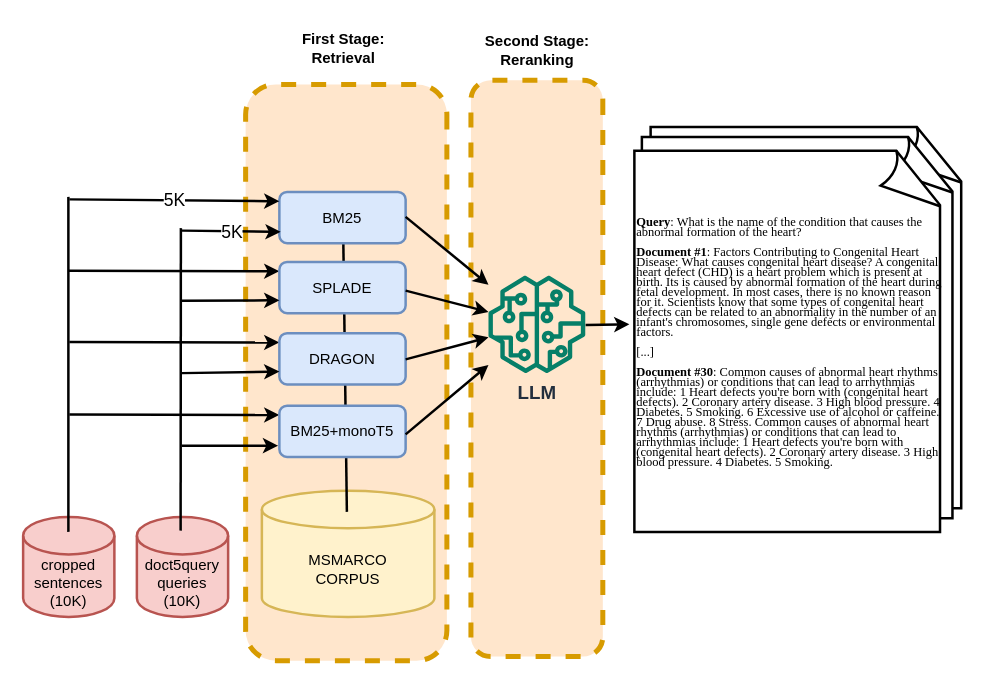
Earlier version of the draw.io diagram Data Generation.drawio (Dundalia/Dundalia). Source tidied: cells renumbered, new cells numbered last; positions are measured from the earlier drawing's top-left corner, leaving out a move shared by most shapes. Both pictures are drawn from the tidied source at 125%, with x=0, y=0 at pixel (22, 21).
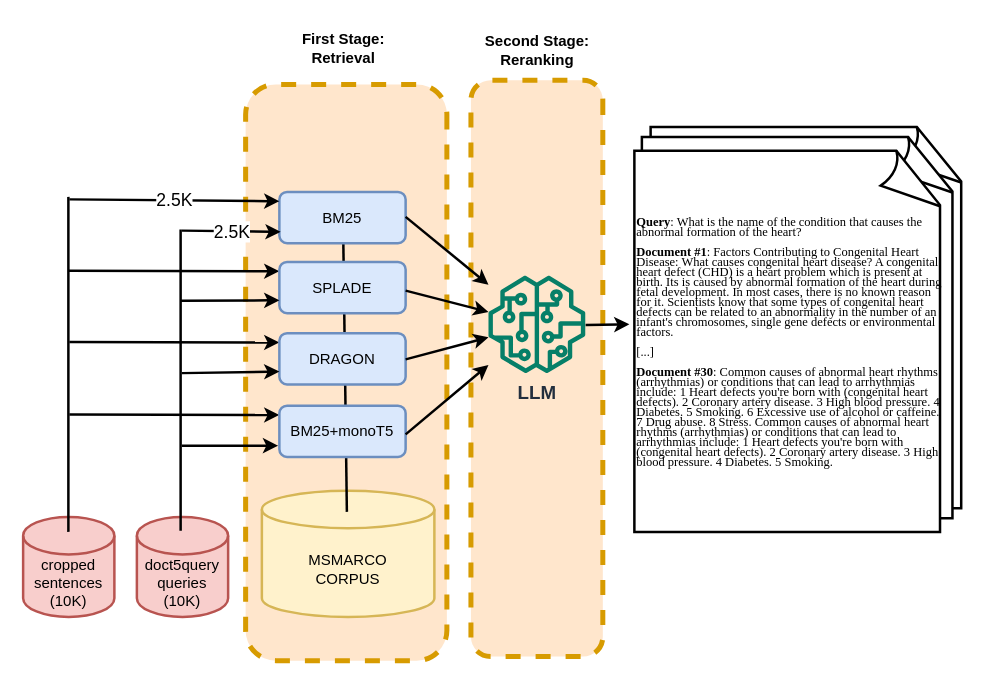
The same page after the edit.

Unchanged cells that the change refers to:
```xml
<mxCell id="4" value="cropped&lt;br&gt;sentences&lt;br style=&quot;border-color: var(--border-color);&quot;&gt;(10K)" style="shape=cylinder3;whiteSpace=wrap;html=1;boundedLbl=1;backgroundOutline=1;size=15;fillColor=#f8cecc;strokeColor=#b85450;strokeWidth=2;" parent="1" vertex="1">
  <mxGeometry y="396" width="73" height="80" as="geometry" />
</mxCell>
<mxCell id="13" value="SPLADE" style="rounded=1;whiteSpace=wrap;html=1;fillColor=#dae8fc;strokeColor=#6c8ebf;strokeWidth=2;" parent="1" vertex="1">
  <mxGeometry x="205" y="192" width="101" height="41" as="geometry" />
</mxCell>
<mxCell id="14" value="DRAGON" style="rounded=1;whiteSpace=wrap;html=1;fillColor=#dae8fc;strokeColor=#6c8ebf;strokeWidth=2;" parent="1" vertex="1">
  <mxGeometry x="205" y="249" width="101" height="41" as="geometry" />
</mxCell>
```

What changed in the source:
```diff
@@
-    <mxCell id="6" style="endArrow=none;html=1;rounded=0;strokeWidth=2;shadow=0;exitX=0.496;exitY=0.15;exitDx=0;exitDy=0;exitPerimeter=0;" parent="1" edge="1" source="4">
+    <mxCell id="6" style="endArrow=none;html=1;rounded=0;strokeWidth=2;shadow=0;exitX=0.496;exitY=0.15;exitDx=0;exitDy=0;exitPerimeter=0;spacing=2;labelBorderColor=none;" parent="1" edge="1" source="4">
       <mxGeometry relative="1" as="geometry">
         <mxPoint x="36.2" y="140" as="targetPoint" />
       </mxGeometry>
     </mxCell>
-    <mxCell id="7" style="endArrow=classic;html=1;rounded=0;strokeWidth=2;entryX=0;entryY=0.5;entryDx=0;entryDy=0;" parent="1" edge="1">
+    <mxCell id="7" style="endArrow=classic;html=1;rounded=0;strokeWidth=2;entryX=0;entryY=0.5;entryDx=0;entryDy=0;spacing=2;labelBorderColor=none;" parent="1" edge="1">
       <mxGeometry relative="1" as="geometry">
         <mxPoint x="36" y="199" as="sourcePoint" />
         <mxPoint x="205" y="199.5" as="targetPoint" />
       </mxGeometry>
     </mxCell>
-    <mxCell id="8" style="endArrow=classic;html=1;rounded=0;strokeWidth=2;entryX=0;entryY=0.5;entryDx=0;entryDy=0;" parent="1" edge="1">
+    <mxCell id="8" style="endArrow=classic;html=1;rounded=0;strokeWidth=2;entryX=0;entryY=0.5;entryDx=0;entryDy=0;spacing=2;labelBorderColor=none;" parent="1" edge="1">
       <mxGeometry relative="1" as="geometry">
         <mxPoint x="37" y="256" as="sourcePoint" />
         <mxPoint x="205" y="256.5" as="targetPoint" />
       </mxGeometry>
     </mxCell>
-    <mxCell id="9" style="endArrow=classic;html=1;rounded=0;strokeWidth=2;entryX=0;entryY=0.5;entryDx=0;entryDy=0;" parent="1" edge="1">
+    <mxCell id="9" style="endArrow=classic;html=1;rounded=0;strokeWidth=2;entryX=0;entryY=0.5;entryDx=0;entryDy=0;spacing=2;labelBorderColor=none;" parent="1" edge="1">
       <mxGeometry relative="1" as="geometry">
         <mxPoint x="37" y="314" as="sourcePoint" />
         <mxPoint x="205" y="314.5" as="targetPoint" />
       </mxGeometry>
     </mxCell>
@@
-    <mxCell id="25" style="endArrow=classic;html=1;rounded=0;entryX=0;entryY=0.5;entryDx=0;entryDy=0;strokeWidth=2;" parent="1" edge="1">
+    <mxCell id="25" style="endArrow=classic;html=1;rounded=0;entryX=0;entryY=0.5;entryDx=0;entryDy=0;strokeWidth=2;spacing=2;labelBorderColor=none;" parent="1" edge="1">
       <mxGeometry relative="1" as="geometry">
         <mxPoint x="37" y="142" as="sourcePoint" />
         <mxPoint x="205" y="143.5" as="targetPoint" />
       </mxGeometry>
     </mxCell>
-    <mxCell id="26" value="&lt;span style=&quot;font-size: 14px;&quot;&gt;5K&lt;br&gt;&lt;/span&gt;" style="edgeLabel;html=1;align=center;verticalAlign=middle;" parent="25" vertex="1">
+    <mxCell id="26" value="&lt;span style=&quot;font-size: 14px;&quot;&gt;2.5K&lt;br&gt;&lt;/span&gt;" style="edgeLabel;html=1;align=center;verticalAlign=middle;spacing=2;labelBorderColor=none;" parent="25" vertex="1">
       <mxGeometry relative="1" as="geometry" />
     </mxCell>
@@
-    <mxCell id="29" style="endArrow=none;html=1;rounded=0;strokeWidth=2;shadow=0;" parent="1" edge="1">
+    <mxCell id="29" style="endArrow=none;html=1;rounded=0;strokeWidth=2;shadow=0;spacing=2;labelBorderColor=none;" parent="1" edge="1">
       <mxGeometry relative="1" as="geometry">
         <mxPoint x="126" y="407" as="sourcePoint" />
-        <mxPoint x="126.2" y="165" as="targetPoint" />
+        <mxPoint x="126" y="166" as="targetPoint" />
       </mxGeometry>
     </mxCell>
-    <mxCell id="30" style="endArrow=classic;html=1;rounded=0;strokeWidth=2;entryX=0;entryY=0.75;entryDx=0;entryDy=0;" parent="1" edge="1" target="13">
+    <mxCell id="30" style="endArrow=classic;html=1;rounded=0;strokeWidth=2;entryX=0;entryY=0.75;entryDx=0;entryDy=0;spacing=2;labelBorderColor=none;" parent="1" edge="1" target="13">
       <mxGeometry relative="1" as="geometry">
         <mxPoint x="126" y="223" as="sourcePoint" />
       </mxGeometry>
     </mxCell>
-    <mxCell id="31" style="endArrow=classic;html=1;rounded=0;strokeWidth=2;entryX=0;entryY=0.75;entryDx=0;entryDy=0;" parent="1" edge="1" target="14">
+    <mxCell id="31" style="endArrow=classic;html=1;rounded=0;strokeWidth=2;entryX=0;entryY=0.75;entryDx=0;entryDy=0;spacing=2;labelBorderColor=none;" parent="1" edge="1" target="14">
       <mxGeometry relative="1" as="geometry">
         <mxPoint x="127" y="281" as="sourcePoint" />
       </mxGeometry>
     </mxCell>
-    <mxCell id="32" style="endArrow=classic;html=1;rounded=0;strokeWidth=2;" parent="1" edge="1">
+    <mxCell id="32" style="endArrow=classic;html=1;rounded=0;strokeWidth=2;spacing=2;labelBorderColor=none;" parent="1" edge="1">
       <mxGeometry relative="1" as="geometry">
         <mxPoint x="127" y="339" as="sourcePoint" />
         <mxPoint x="204" y="339" as="targetPoint" />
       </mxGeometry>
     </mxCell>
-    <mxCell id="33" style="endArrow=classic;html=1;rounded=0;strokeWidth=2;" parent="1" edge="1">
+    <mxCell id="33" style="endArrow=classic;html=1;rounded=0;strokeWidth=2;spacing=2;labelBorderColor=none;" parent="1" edge="1">
       <mxGeometry relative="1" as="geometry">
         <mxPoint x="127" y="167" as="sourcePoint" />
         <mxPoint x="206" y="168" as="targetPoint" />
       </mxGeometry>
     </mxCell>
-    <mxCell id="34" value="&lt;span style=&quot;font-size: 14px;&quot;&gt;5K&lt;br&gt;&lt;/span&gt;" style="edgeLabel;html=1;align=center;verticalAlign=middle;" parent="33" vertex="1">
+    <mxCell id="34" value="&lt;span style=&quot;font-size: 14px;&quot;&gt;2.5K&lt;br&gt;&lt;/span&gt;" style="edgeLabel;html=1;align=center;verticalAlign=middle;spacing=2;labelBorderColor=none;" parent="33" vertex="1">
       <mxGeometry relative="1" as="geometry" />
     </mxCell>
```
